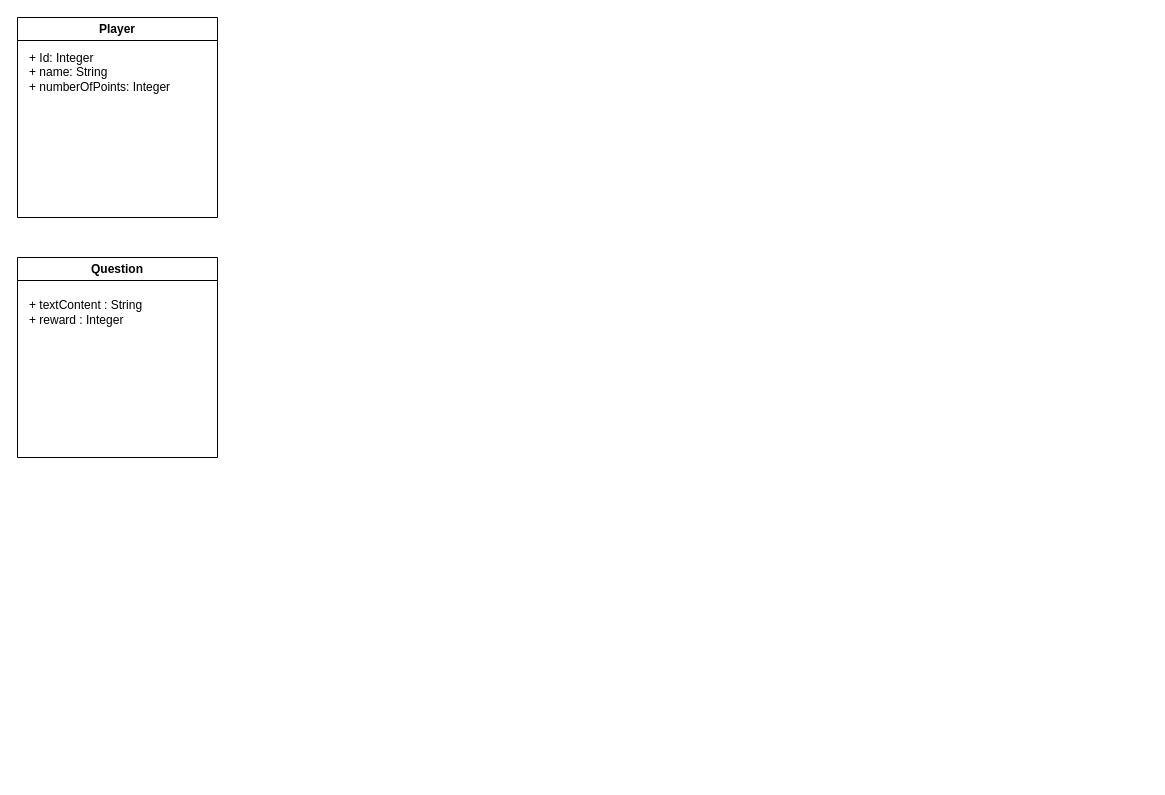
This is src/main/java/org/Project1/ReadMe/projekt - schemat.drawio from KarolSzul/project-1, a draw.io file, before an edit. Source tidied: cells renumbered, new cells numbered last; positions are measured from the earlier drawing's top-left corner, leaving out a move shared by most shapes. Both pictures are drawn from the tidied source at 100%, with x=0, y=0 at pixel (17, 17).
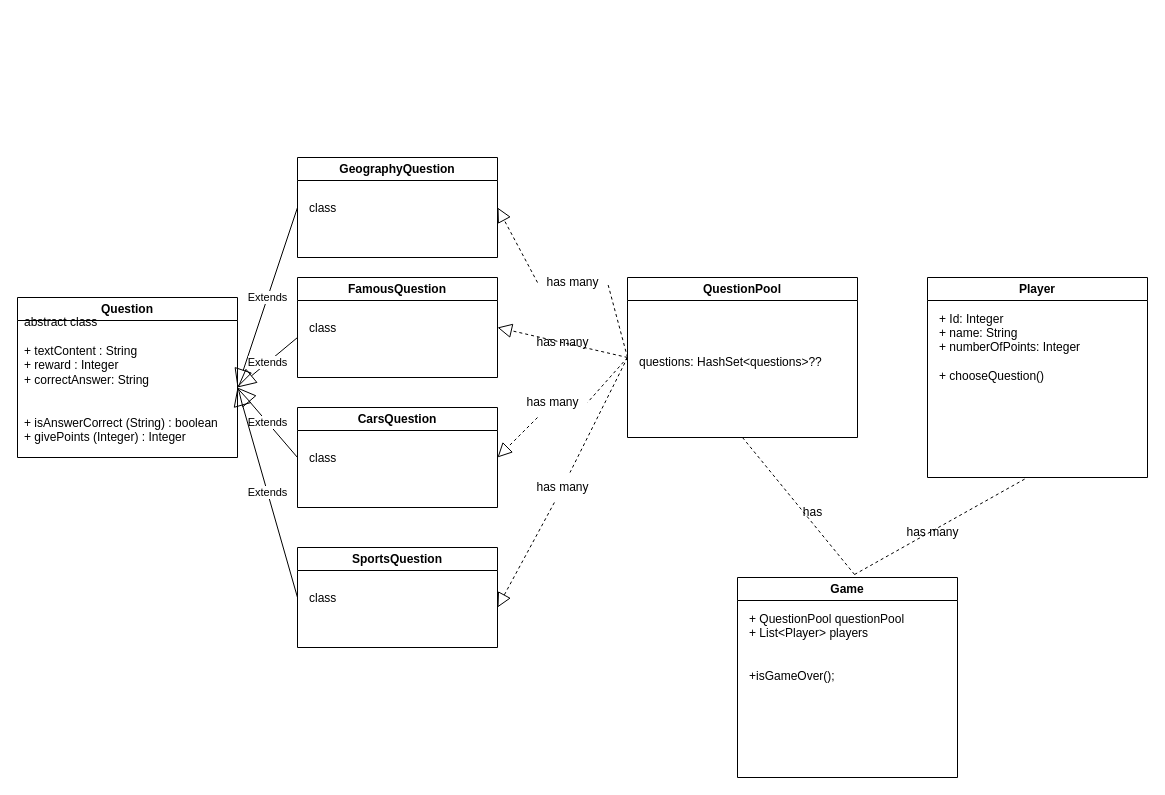
The same page after the edit.

Diff of the diagram source:
```diff
@@
     <mxCell id="2" value="Question" style="swimlane;whiteSpace=wrap;html=1;" parent="1" vertex="1">
-      <mxGeometry y="240" width="200" height="200" as="geometry" />
+      <mxGeometry y="280" width="220" height="160" as="geometry" />
     </mxCell>
-    <mxCell id="3" value="+ textContent : String&lt;br&gt;+ reward : Integer&lt;br&gt;" style="text;html=1;align=left;verticalAlign=middle;strokeColor=none;fillColor=none;" parent="2" vertex="1">
-      <mxGeometry x="10" y="35" width="140" height="40" as="geometry" />
+    <mxCell id="3" value="&lt;div&gt;&lt;br&gt;&lt;/div&gt;&lt;div&gt;abstract class&lt;br&gt;&lt;/div&gt;&lt;div&gt;&lt;br&gt;&lt;/div&gt;&lt;div&gt;+ textContent : String&lt;/div&gt;&lt;div&gt;+ reward : Integer&lt;/div&gt;&lt;div&gt;+ correctAnswer: String&lt;/div&gt;&lt;div&gt;&lt;br&gt;&lt;/div&gt;&lt;div&gt;&lt;br&gt;&lt;/div&gt;&lt;div&gt;+ isAnswerCorrect (String) : boolean&lt;/div&gt;&lt;div&gt;+ givePoints (Integer) : Integer&lt;br&gt;&lt;/div&gt;" style="text;html=1;align=left;verticalAlign=middle;strokeColor=none;fillColor=none;" parent="2" vertex="1">
+      <mxGeometry x="5" y="-5" width="210" height="160" as="geometry" />
     </mxCell>
     <mxCell id="4" value="Player" style="swimlane;whiteSpace=wrap;html=1;" parent="1" vertex="1">
-      <mxGeometry width="200" height="200" as="geometry" />
+      <mxGeometry x="910" y="260" width="220" height="200" as="geometry" />
     </mxCell>
-    <mxCell id="5" value="+ Id: Integer&lt;br&gt;+ name: String&lt;br&gt;+ numberOfPoints: Integer" style="text;html=1;align=left;verticalAlign=middle;strokeColor=none;fillColor=none;" parent="4" vertex="1">
-      <mxGeometry x="10" y="25" width="160" height="60" as="geometry" />
+    <mxCell id="5" value="+ Id: Integer&lt;br&gt;+ name: String&lt;br&gt;&lt;div&gt;+ numberOfPoints: Integer&lt;/div&gt;&lt;div&gt;&lt;br&gt;&lt;/div&gt;&lt;div&gt;+ chooseQuestion()&lt;br&gt;&lt;/div&gt;" style="text;html=1;align=left;verticalAlign=middle;strokeColor=none;fillColor=none;" parent="4" vertex="1">
+      <mxGeometry x="10" y="25" width="160" height="90" as="geometry" />
     </mxCell>
+    <mxCell id="6" value="GeographyQuestion" style="swimlane;whiteSpace=wrap;html=1;" parent="1" vertex="1">
+      <mxGeometry x="280" y="140" width="200" height="100" as="geometry" />
+    </mxCell>
+    <mxCell id="7" value="&lt;div&gt;class&lt;br&gt;&lt;/div&gt;&lt;div&gt;&lt;br&gt;&lt;/div&gt;&lt;div&gt;&amp;nbsp;&lt;br&gt;&lt;/div&gt;" style="text;html=1;align=left;verticalAlign=middle;strokeColor=none;fillColor=none;" parent="6" vertex="1">
+      <mxGeometry x="10" y="35" width="50" height="60" as="geometry" />
+    </mxCell>
+    <mxCell id="8" value="FamousQuestion" style="swimlane;whiteSpace=wrap;html=1;" parent="1" vertex="1">
+      <mxGeometry x="280" y="260" width="200" height="100" as="geometry" />
+    </mxCell>
+    <mxCell id="9" value="&lt;div&gt;class&lt;br&gt;&lt;/div&gt;&lt;div&gt;&lt;br&gt;&lt;/div&gt;&lt;div&gt;&amp;nbsp;&lt;br&gt;&lt;/div&gt;" style="text;html=1;align=left;verticalAlign=middle;strokeColor=none;fillColor=none;" parent="8" vertex="1">
+      <mxGeometry x="10" y="35" width="50" height="60" as="geometry" />
+    </mxCell>
+    <mxCell id="10" value="CarsQuestion" style="swimlane;whiteSpace=wrap;html=1;" parent="1" vertex="1">
+      <mxGeometry x="280" y="390" width="200" height="100" as="geometry" />
+    </mxCell>
+    <mxCell id="11" value="&lt;div&gt;class&lt;br&gt;&lt;/div&gt;&lt;div&gt;&lt;br&gt;&lt;/div&gt;&lt;div&gt;&amp;nbsp;&lt;br&gt;&lt;/div&gt;" style="text;html=1;align=left;verticalAlign=middle;strokeColor=none;fillColor=none;" parent="10" vertex="1">
+      <mxGeometry x="10" y="35" width="50" height="60" as="geometry" />
+    </mxCell>
+    <mxCell id="12" value="SportsQuestion" style="swimlane;whiteSpace=wrap;html=1;startSize=23;" parent="1" vertex="1">
+      <mxGeometry x="280" y="530" width="200" height="100" as="geometry" />
+    </mxCell>
+    <mxCell id="13" value="&lt;div&gt;class&lt;br&gt;&lt;/div&gt;&lt;div&gt;&lt;br&gt;&lt;/div&gt;&lt;div&gt;&amp;nbsp;&lt;br&gt;&lt;/div&gt;" style="text;html=1;align=left;verticalAlign=middle;strokeColor=none;fillColor=none;" parent="12" vertex="1">
+      <mxGeometry x="10" y="35" width="50" height="60" as="geometry" />
+    </mxCell>
+    <mxCell id="14" value="QuestionPool" style="swimlane;whiteSpace=wrap;html=1;" parent="1" vertex="1">
+      <mxGeometry x="610" y="260" width="230" height="160" as="geometry" />
+    </mxCell>
+    <mxCell id="15" value="questions: HashSet&amp;lt;questions&amp;gt;??" style="text;html=1;align=left;verticalAlign=middle;strokeColor=none;fillColor=none;" parent="14" vertex="1">
+      <mxGeometry x="10" y="70" width="200" height="30" as="geometry" />
+    </mxCell>
+    <mxCell id="16" style="endArrow=block;dashed=1;endFill=0;endSize=12;html=1;rounded=0;entryX=1;entryY=0.5;entryDx=0;entryDy=0;exitX=0;exitY=0.5;exitDx=0;exitDy=0;startArrow=none;" parent="1" edge="1" source="17" target="6">
+      <mxGeometry relative="1" as="geometry" />
+    </mxCell>
+    <mxCell id="17" value="has many" style="text;html=1;align=center;verticalAlign=middle;points=[];strokeColor=none;fillColor=none;" parent="1" vertex="1">
+      <mxGeometry x="520" y="250" width="70" height="30" as="geometry" />
+    </mxCell>
+    <mxCell id="18" style="endArrow=none;dashed=1;endFill=0;endSize=12;html=1;rounded=0;entryX=1;entryY=0.5;entryDx=0;entryDy=0;exitX=0;exitY=0.5;exitDx=0;exitDy=0;" parent="1" edge="1" source="14" target="17">
+      <mxGeometry relative="1" as="geometry" />
+    </mxCell>
+    <mxCell id="19" style="endArrow=block;dashed=1;endFill=0;endSize=12;html=1;rounded=0;entryX=1;entryY=0.5;entryDx=0;entryDy=0;startArrow=none;" parent="1" edge="1" target="8">
+      <mxGeometry relative="1" as="geometry">
+        <mxPoint x="610" y="340" as="sourcePoint" />
+      </mxGeometry>
+    </mxCell>
+    <mxCell id="20" style="endArrow=block;dashed=1;endFill=0;endSize=12;html=1;rounded=0;entryX=1;entryY=0.5;entryDx=0;entryDy=0;startArrow=none;" parent="1" edge="1" source="23" target="10">
+      <mxGeometry relative="1" as="geometry" />
+    </mxCell>
+    <mxCell id="21" style="endArrow=block;dashed=1;endFill=0;endSize=12;html=1;rounded=0;startArrow=none;" parent="1" edge="1" source="25">
+      <mxGeometry relative="1" as="geometry">
+        <mxPoint x="480" y="590" as="targetPoint" />
+      </mxGeometry>
+    </mxCell>
+    <mxCell id="22" value="has many" style="text;html=1;align=center;verticalAlign=middle;strokeColor=none;fillColor=none;" parent="1" vertex="1">
+      <mxGeometry x="510" y="310" width="70" height="30" as="geometry" />
+    </mxCell>
+    <mxCell id="23" value="has many" style="text;html=1;align=center;verticalAlign=middle;points=[];strokeColor=none;fillColor=none;" parent="1" vertex="1">
+      <mxGeometry x="500" y="370" width="70" height="30" as="geometry" />
+    </mxCell>
+    <mxCell id="24" style="endArrow=none;dashed=1;endFill=0;endSize=12;html=1;rounded=0;entryX=1;entryY=0.5;entryDx=0;entryDy=0;startArrow=none;" parent="1" edge="1" target="23">
+      <mxGeometry relative="1" as="geometry">
+        <mxPoint x="610" y="340" as="sourcePoint" />
+      </mxGeometry>
+    </mxCell>
+    <mxCell id="25" value="has many" style="text;html=1;align=center;verticalAlign=middle;points=[];strokeColor=none;fillColor=none;" parent="1" vertex="1">
+      <mxGeometry x="510" y="455" width="70" height="30" as="geometry" />
+    </mxCell>
+    <mxCell id="26" style="endArrow=none;dashed=1;endFill=0;endSize=12;html=1;rounded=0;startArrow=none;" parent="1" edge="1" target="25">
+      <mxGeometry relative="1" as="geometry">
+        <mxPoint x="610" y="340" as="sourcePoint" />
+      </mxGeometry>
+    </mxCell>
+    <mxCell id="27" value="Extends" style="endArrow=block;endSize=16;endFill=0;html=1;rounded=0;exitX=0;exitY=0.5;exitDx=0;exitDy=0;" parent="1" edge="1" source="6">
+      <mxGeometry relative="1" as="geometry">
+        <mxPoint x="220" y="370" as="targetPoint" />
+      </mxGeometry>
+    </mxCell>
+    <mxCell id="28" value="Extends" style="endArrow=block;endSize=16;endFill=0;html=1;rounded=0;" parent="1" edge="1">
+      <mxGeometry relative="1" as="geometry">
+        <mxPoint x="280" y="320" as="sourcePoint" />
+        <mxPoint x="220" y="370" as="targetPoint" />
+      </mxGeometry>
+    </mxCell>
+    <mxCell id="29" value="Extends" style="endArrow=block;endSize=16;endFill=0;html=1;rounded=0;exitX=0;exitY=0.5;exitDx=0;exitDy=0;" parent="1" edge="1" source="10">
+      <mxGeometry relative="1" as="geometry">
+        <mxPoint x="220" y="370" as="targetPoint" />
+      </mxGeometry>
+    </mxCell>
+    <mxCell id="30" value="Extends" style="endArrow=block;endSize=16;endFill=0;html=1;rounded=0;exitX=0;exitY=0.5;exitDx=0;exitDy=0;" parent="1" edge="1" source="12">
+      <mxGeometry relative="1" as="geometry">
+        <mxPoint x="220" y="370" as="targetPoint" />
+      </mxGeometry>
+    </mxCell>
+    <mxCell id="31" value="Game" style="swimlane;whiteSpace=wrap;html=1;" parent="1" vertex="1">
+      <mxGeometry x="720" y="560" width="220" height="200" as="geometry" />
+    </mxCell>
+    <mxCell id="32" value="&lt;div&gt;+ QuestionPool questionPool&lt;/div&gt;&lt;div&gt;+ List&amp;lt;Player&amp;gt; players&lt;/div&gt;&lt;div&gt;&lt;br&gt;&lt;/div&gt;&lt;div&gt;&lt;br&gt;&lt;/div&gt;&lt;div&gt;+isGameOver();&lt;br&gt;&lt;/div&gt;" style="text;html=1;align=left;verticalAlign=middle;strokeColor=none;fillColor=none;" parent="31" vertex="1">
+      <mxGeometry x="10" y="25" width="170" height="90" as="geometry" />
+    </mxCell>
+    <mxCell id="33" style="endArrow=none;dashed=1;endFill=0;endSize=12;html=1;rounded=0;startArrow=none;exitX=0.532;exitY=-0.015;exitDx=0;exitDy=0;exitPerimeter=0;" parent="1" edge="1" source="31">
+      <mxGeometry relative="1" as="geometry">
+        <mxPoint x="1010" y="460" as="targetPoint" />
+      </mxGeometry>
+    </mxCell>
+    <mxCell id="34" value="has many" style="text;html=1;align=center;verticalAlign=middle;strokeColor=none;fillColor=none;" parent="1" vertex="1">
+      <mxGeometry x="880" y="500" width="70" height="30" as="geometry" />
+    </mxCell>
+    <mxCell id="35" style="endArrow=none;dashed=1;endFill=0;endSize=12;html=1;rounded=0;startArrow=none;exitX=0.532;exitY=-0.015;exitDx=0;exitDy=0;exitPerimeter=0;entryX=0.5;entryY=1;entryDx=0;entryDy=0;" parent="1" edge="1" source="31" target="14">
+      <mxGeometry relative="1" as="geometry" />
+    </mxCell>
+    <mxCell id="36" value="has" style="text;html=1;align=center;verticalAlign=middle;strokeColor=none;fillColor=none;" parent="1" vertex="1">
+      <mxGeometry x="775" y="480" width="40" height="30" as="geometry" />
+    </mxCell>
```
